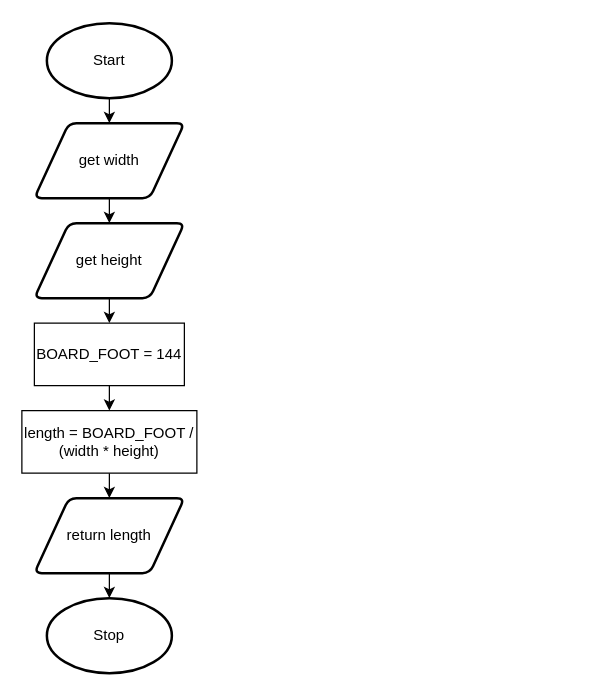
Aidan-Lalonde-Novales/ics4u-unit3-02-typescript keeps this draw.io diagram as drawio/flowchart.drawio. Above is the earlier version. Source tidied: cells renumbered, new cells numbered last; positions are measured from the earlier drawing's top-left corner, leaving out a move shared by most shapes. Both pictures are drawn from the tidied source at 125%, with x=0, y=0 at pixel (21, 22).
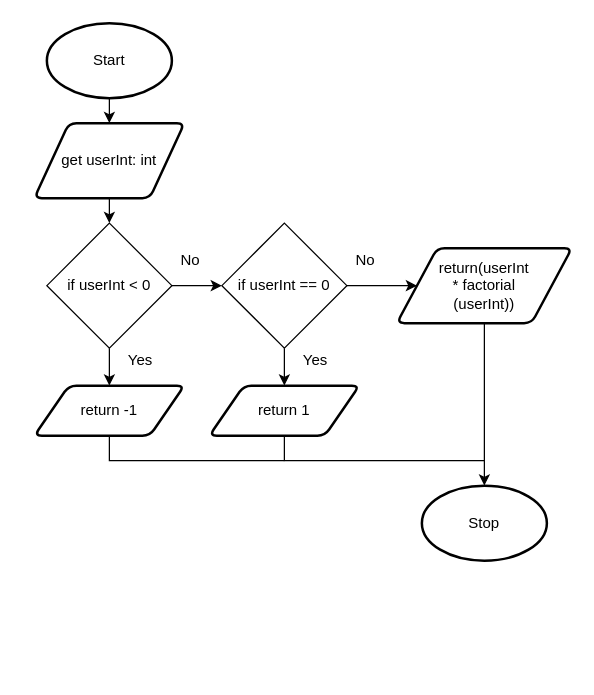
After the change.

What changed in the source:
```diff
@@
-    <mxCell id="4" style="edgeStyle=none;html=1;exitX=0.5;exitY=1;exitDx=0;exitDy=0;entryX=0.5;entryY=0;entryDx=0;entryDy=0;" parent="1" edge="1" source="5" target="13">
-      <mxGeometry relative="1" as="geometry" />
-    </mxCell>
+    <mxCell id="15" style="edgeStyle=none;html=1;exitX=0.5;exitY=1;exitDx=0;exitDy=0;entryX=0.5;entryY=0;entryDx=0;entryDy=0;" parent="1" edge="1" source="5" target="26">
+      <mxGeometry relative="1" as="geometry" />
+    </mxCell>
-    <mxCell id="5" value="get width" style="shape=parallelogram;html=1;strokeWidth=2;perimeter=parallelogramPerimeter;whiteSpace=wrap;rounded=1;arcSize=12;size=0.23;" parent="1" vertex="1">
+    <mxCell id="5" value="get userInt: int" style="shape=parallelogram;html=1;strokeWidth=2;perimeter=parallelogramPerimeter;whiteSpace=wrap;rounded=1;arcSize=12;size=0.23;" parent="1" vertex="1">
       <mxGeometry x="10" y="80" width="120" height="60" as="geometry" />
     </mxCell>
     <mxCell id="6" value="Stop" style="strokeWidth=2;html=1;shape=mxgraph.flowchart.start_1;whiteSpace=wrap;" parent="1" vertex="1">
-      <mxGeometry x="20" y="460" width="100" height="60" as="geometry" />
+      <mxGeometry x="320" y="370" width="100" height="60" as="geometry" />
     </mxCell>
-    <mxCell id="7" style="edgeStyle=none;html=1;exitX=0.5;exitY=1;exitDx=0;exitDy=0;entryX=0.5;entryY=0;entryDx=0;entryDy=0;" parent="1" edge="1" source="8" target="10">
-      <mxGeometry relative="1" as="geometry" />
-    </mxCell>
-    <mxCell id="8" value="length = BOARD_FOOT / (width * height)" style="rounded=0;whiteSpace=wrap;html=1;" parent="1" vertex="1">
-      <mxGeometry y="310" width="140" height="50" as="geometry" />
-    </mxCell>
-    <mxCell id="9" style="edgeStyle=none;html=1;exitX=0.5;exitY=1;exitDx=0;exitDy=0;entryX=0.5;entryY=0;entryDx=0;entryDy=0;entryPerimeter=0;" parent="1" edge="1" source="10" target="6">
+    <mxCell id="9" style="edgeStyle=none;html=1;exitX=0.5;exitY=1;exitDx=0;exitDy=0;entryX=0.5;entryY=0;entryDx=0;entryDy=0;entryPerimeter=0;" parent="1" edge="1" source="22" target="6">
       <mxGeometry relative="1" as="geometry" />
     </mxCell>
-    <mxCell id="10" value="return length" style="shape=parallelogram;html=1;strokeWidth=2;perimeter=parallelogramPerimeter;whiteSpace=wrap;rounded=1;arcSize=12;size=0.23;" parent="1" vertex="1">
-      <mxGeometry x="10" y="380" width="120" height="60" as="geometry" />
-    </mxCell>
-    <mxCell id="11" style="edgeStyle=none;html=1;exitX=0.5;exitY=1;exitDx=0;exitDy=0;entryX=0.5;entryY=0;entryDx=0;entryDy=0;" parent="1" edge="1" target="8">
-      <mxGeometry relative="1" as="geometry">
-        <mxPoint x="70" y="290" as="sourcePoint" />
-      </mxGeometry>
-    </mxCell>
-    <mxCell id="12" style="edgeStyle=none;html=1;exitX=0.5;exitY=1;exitDx=0;exitDy=0;entryX=0.5;entryY=0;entryDx=0;entryDy=0;" parent="1" edge="1" source="13" target="14">
-      <mxGeometry relative="1" as="geometry" />
-    </mxCell>
-    <mxCell id="13" value="get height" style="shape=parallelogram;html=1;strokeWidth=2;perimeter=parallelogramPerimeter;whiteSpace=wrap;rounded=1;arcSize=12;size=0.23;" parent="1" vertex="1">
-      <mxGeometry x="10" y="160" width="120" height="60" as="geometry" />
-    </mxCell>
-    <mxCell id="14" value="BOARD_FOOT = 144" style="rounded=0;whiteSpace=wrap;html=1;" parent="1" vertex="1">
-      <mxGeometry x="10" y="240" width="120" height="50" as="geometry" />
-    </mxCell>
+    <mxCell id="16" style="edgeStyle=none;html=1;exitX=0.5;exitY=1;exitDx=0;exitDy=0;" parent="1" edge="1" source="18">
+      <mxGeometry relative="1" as="geometry">
+        <mxPoint x="210" y="290" as="targetPoint" />
+      </mxGeometry>
+    </mxCell>
+    <mxCell id="17" style="edgeStyle=none;html=1;exitX=1;exitY=0.5;exitDx=0;exitDy=0;entryX=0;entryY=0.5;entryDx=0;entryDy=0;" parent="1" edge="1" source="18" target="22">
+      <mxGeometry relative="1" as="geometry" />
+    </mxCell>
+    <mxCell id="18" value="if userInt == 0" style="rhombus;whiteSpace=wrap;html=1;" parent="1" vertex="1">
+      <mxGeometry x="160" y="160" width="100" height="100" as="geometry" />
+    </mxCell>
+    <mxCell id="19" style="edgeStyle=none;rounded=0;html=1;exitX=0.5;exitY=1;exitDx=0;exitDy=0;endArrow=none;endFill=0;strokeWidth=1;" parent="1" edge="1" source="20">
+      <mxGeometry relative="1" as="geometry">
+        <mxPoint x="370" y="350" as="targetPoint" />
+        <Array as="points">
+          <mxPoint x="210" y="350" />
+        </Array>
+      </mxGeometry>
+    </mxCell>
+    <mxCell id="20" value="return 1" style="shape=parallelogram;html=1;strokeWidth=2;perimeter=parallelogramPerimeter;whiteSpace=wrap;rounded=1;arcSize=12;size=0.23;" parent="1" vertex="1">
+      <mxGeometry x="150" y="290" width="120" height="40" as="geometry" />
+    </mxCell>
+    <mxCell id="21" value="Yes" style="text;html=1;strokeColor=none;fillColor=none;align=center;verticalAlign=middle;whiteSpace=wrap;rounded=0;" parent="1" vertex="1">
+      <mxGeometry x="220" y="260" width="30" height="20" as="geometry" />
+    </mxCell>
+    <mxCell id="22" value="return(userInt &lt;br&gt;* factorial&lt;br&gt;(userInt))" style="shape=parallelogram;html=1;strokeWidth=2;perimeter=parallelogramPerimeter;whiteSpace=wrap;rounded=1;arcSize=12;size=0.23;" parent="1" vertex="1">
+      <mxGeometry x="300" y="180" width="140" height="60" as="geometry" />
+    </mxCell>
+    <mxCell id="23" value="No" style="text;html=1;strokeColor=none;fillColor=none;align=center;verticalAlign=middle;whiteSpace=wrap;rounded=0;" parent="1" vertex="1">
+      <mxGeometry x="260" y="180" width="30" height="20" as="geometry" />
+    </mxCell>
+    <mxCell id="24" style="edgeStyle=none;html=1;exitX=1;exitY=0.5;exitDx=0;exitDy=0;entryX=0;entryY=0.5;entryDx=0;entryDy=0;" parent="1" edge="1" source="26" target="18">
+      <mxGeometry relative="1" as="geometry" />
+    </mxCell>
+    <mxCell id="25" style="edgeStyle=none;html=1;exitX=0.5;exitY=1;exitDx=0;exitDy=0;entryX=0.5;entryY=0;entryDx=0;entryDy=0;" parent="1" edge="1" source="26" target="29">
+      <mxGeometry relative="1" as="geometry" />
+    </mxCell>
+    <mxCell id="26" value="if userInt &amp;lt; 0" style="rhombus;whiteSpace=wrap;html=1;" parent="1" vertex="1">
+      <mxGeometry x="20" y="160" width="100" height="100" as="geometry" />
+    </mxCell>
+    <mxCell id="27" value="No" style="text;html=1;strokeColor=none;fillColor=none;align=center;verticalAlign=middle;whiteSpace=wrap;rounded=0;" parent="1" vertex="1">
+      <mxGeometry x="120" y="180" width="30" height="20" as="geometry" />
+    </mxCell>
+    <mxCell id="28" style="edgeStyle=none;rounded=0;html=1;exitX=0.5;exitY=1;exitDx=0;exitDy=0;strokeWidth=1;endArrow=none;endFill=0;" parent="1" edge="1" source="29">
+      <mxGeometry relative="1" as="geometry">
+        <mxPoint x="210" y="350" as="targetPoint" />
+        <Array as="points">
+          <mxPoint x="70" y="350" />
+          <mxPoint x="210" y="350" />
+        </Array>
+      </mxGeometry>
+    </mxCell>
+    <mxCell id="29" value="return -1" style="shape=parallelogram;html=1;strokeWidth=2;perimeter=parallelogramPerimeter;whiteSpace=wrap;rounded=1;arcSize=12;size=0.23;" parent="1" vertex="1">
+      <mxGeometry x="10" y="290" width="120" height="40" as="geometry" />
+    </mxCell>
+    <mxCell id="30" value="Yes" style="text;html=1;strokeColor=none;fillColor=none;align=center;verticalAlign=middle;whiteSpace=wrap;rounded=0;" parent="1" vertex="1">
+      <mxGeometry x="80" y="260" width="30" height="20" as="geometry" />
+    </mxCell>
```
